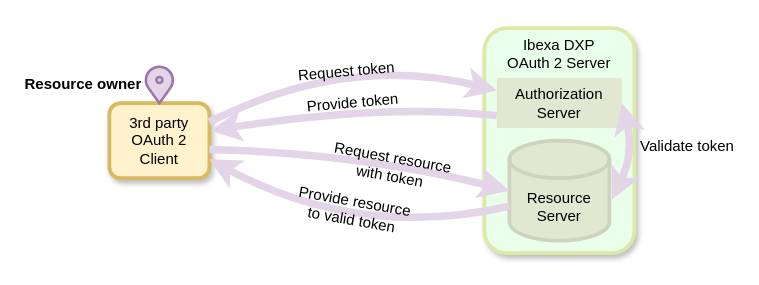
This is docs/users/diagram_source/oauth2-server.drawio from ibexa/documentation-developer, a draw.io file, before an edit. Source tidied: cells renumbered, new cells numbered last; positions are measured from the earlier drawing's top-left corner, leaving out a move shared by most shapes. Both pictures are drawn from the tidied source at 125%, with x=0, y=0 at pixel (21, 28).
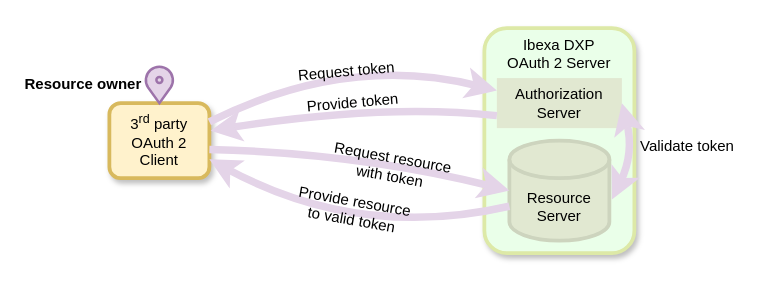
Above is the later version.

Commit message (it also covers changes not shown here):
Split diagram files, apply style

Change to the diagram source:
```diff
@@
-    <mxCell id="5" value="3rd party&lt;br&gt;OAuth 2 Client" style="rounded=1;whiteSpace=wrap;html=1;shadow=1;strokeColor=#d8b95d;fillColor=#fff2cc;strokeWidth=3;" parent="1" vertex="1">
+    <mxCell id="5" value="3&lt;sup&gt;rd&lt;/sup&gt; party&lt;br&gt;OAuth 2 Client" style="rounded=1;whiteSpace=wrap;html=1;shadow=1;strokeColor=#d8b95d;fillColor=#fff2cc;strokeWidth=3;" parent="1" vertex="1">
       <mxGeometry x="70" y="60" width="80" height="60" as="geometry" />
     </mxCell>
```
